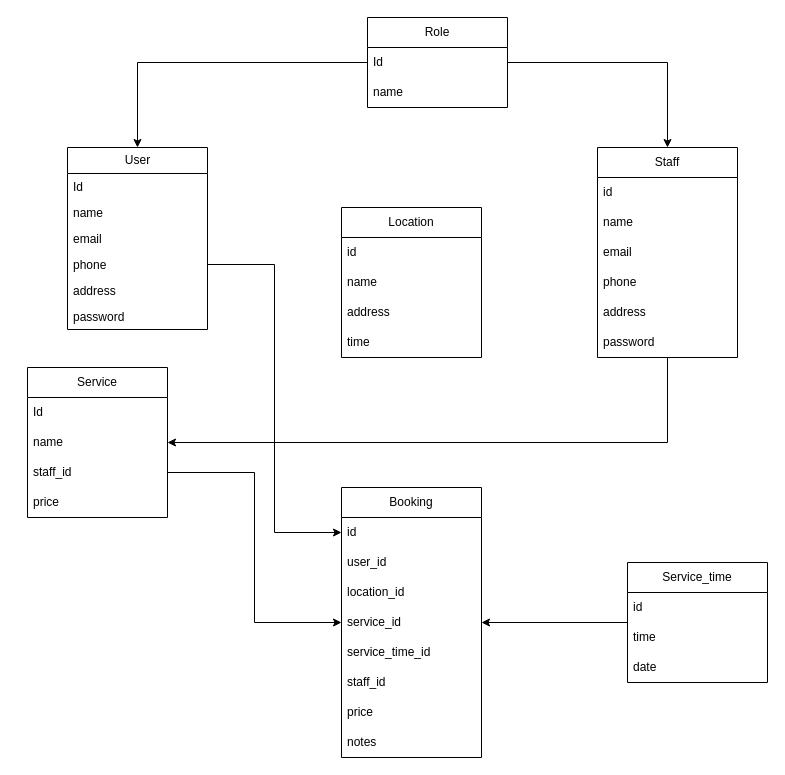
The draw.io diagram bookingonline.drawio in TanNguyen01/BookingOnline, before the edit. Source tidied: cells renumbered, new cells numbered last; positions are measured from the earlier drawing's top-left corner, leaving out a move shared by most shapes. Both pictures are drawn from the tidied source at 100%, with x=0, y=0 at pixel (27, 17).
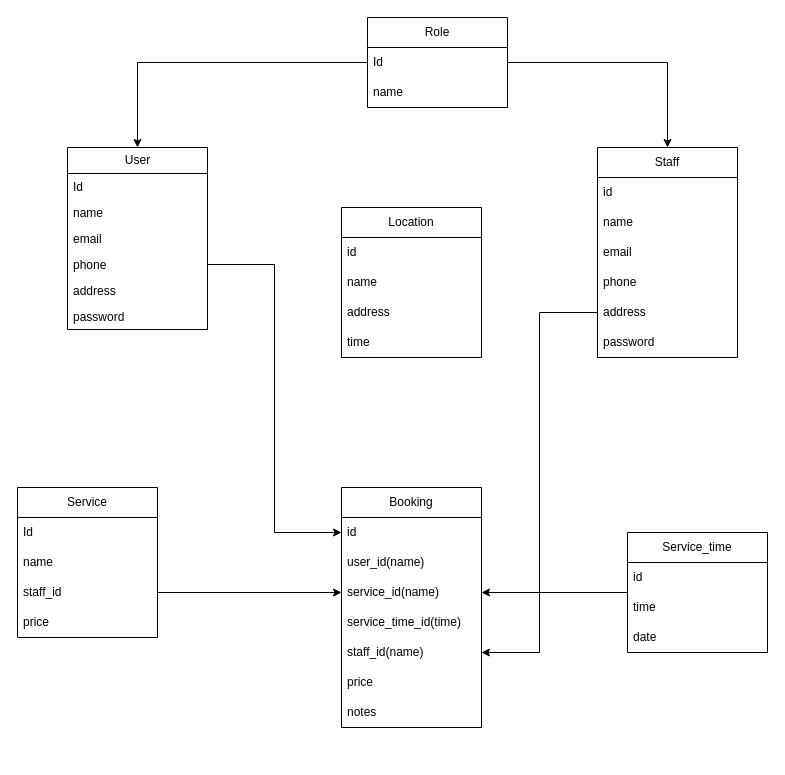
After the change.

Unchanged cells that the change refers to:
```xml
<mxCell id="10" value="Staff" style="swimlane;fontStyle=0;horizontal=1;startSize=30;whiteSpace=wrap;html=1;" parent="1" vertex="1">
  <mxGeometry x="570" y="130" width="140" height="210" as="geometry" />
</mxCell>
<mxCell id="15" value="address" style="text;strokeColor=none;fillColor=none;align=left;verticalAlign=middle;spacingLeft=4;spacingRight=4;overflow=hidden;points=[[0,0.5],[1,0.5]];portConstraint=eastwest;whiteSpace=wrap;html=1;" parent="10" vertex="1">
  <mxGeometry y="150" width="140" height="30" as="geometry" />
</mxCell>
<mxCell id="29" value="name" style="text;strokeColor=none;fillColor=none;align=left;verticalAlign=middle;spacingLeft=4;spacingRight=4;overflow=hidden;points=[[0,0.5],[1,0.5]];portConstraint=eastwest;whiteSpace=wrap;html=1;" parent="27" vertex="1">
  <mxGeometry y="60" width="140" height="30" as="geometry" />
</mxCell>
```

What changed in the source:
```diff
@@
-    <mxCell id="9" style="edgeStyle=orthogonalEdgeStyle;rounded=0;jettySize=auto;html=1;entryX=1;entryY=0.5;entryDx=0;entryDy=0;" parent="1" edge="1" source="10" target="29">
-      <mxGeometry relative="1" as="geometry" />
-    </mxCell>
@@
     <mxCell id="27" value="Service" style="swimlane;fontStyle=0;horizontal=1;startSize=30;whiteSpace=wrap;html=1;" parent="1" vertex="1">
-      <mxGeometry y="350" width="140" height="150" as="geometry" />
+      <mxGeometry x="-10" y="470" width="140" height="150" as="geometry" />
     </mxCell>
@@
     <mxCell id="33" value="Service_time" style="swimlane;fontStyle=0;horizontal=1;startSize=30;whiteSpace=wrap;html=1;" parent="1" vertex="1">
-      <mxGeometry x="600" y="545" width="140" height="120" as="geometry" />
+      <mxGeometry x="600" y="515" width="140" height="120" as="geometry" />
     </mxCell>
@@
     <mxCell id="37" value="Booking" style="swimlane;fontStyle=0;horizontal=1;startSize=30;whiteSpace=wrap;html=1;" parent="1" vertex="1">
-      <mxGeometry x="314" y="470" width="140" height="270" as="geometry" />
+      <mxGeometry x="314" y="470" width="140" height="240" as="geometry" />
     </mxCell>
@@
-    <mxCell id="39" value="user_id" style="text;strokeColor=none;fillColor=none;align=left;verticalAlign=middle;spacingLeft=4;spacingRight=4;overflow=hidden;whiteSpace=wrap;html=1;" parent="37" vertex="1">
+    <mxCell id="39" value="user_id(name)" style="text;strokeColor=none;fillColor=none;align=left;verticalAlign=middle;spacingLeft=4;spacingRight=4;overflow=hidden;whiteSpace=wrap;html=1;" parent="37" vertex="1">
       <mxGeometry y="60" width="140" height="30" as="geometry" />
     </mxCell>
-    <mxCell id="40" value="location_id" style="text;strokeColor=none;fillColor=none;align=left;verticalAlign=middle;spacingLeft=4;spacingRight=4;overflow=hidden;whiteSpace=wrap;html=1;" parent="37" vertex="1">
-      <mxGeometry y="90" width="140" height="30" as="geometry" />
-    </mxCell>
-    <mxCell id="41" value="service_id" style="text;strokeColor=none;fillColor=none;align=left;verticalAlign=middle;spacingLeft=4;spacingRight=4;overflow=hidden;points=[[0,0.5],[1,0.5]];portConstraint=eastwest;whiteSpace=wrap;html=1;" parent="37" vertex="1">
-      <mxGeometry y="120" width="140" height="30" as="geometry" />
+    <mxCell id="41" value="service_id(name)" style="text;strokeColor=none;fillColor=none;align=left;verticalAlign=middle;spacingLeft=4;spacingRight=4;overflow=hidden;points=[[0,0.5],[1,0.5]];portConstraint=eastwest;whiteSpace=wrap;html=1;" parent="37" vertex="1">
+      <mxGeometry y="90" width="140" height="30" as="geometry" />
     </mxCell>
-    <mxCell id="42" value="service_time_id" style="text;strokeColor=none;fillColor=none;align=left;verticalAlign=middle;spacingLeft=4;spacingRight=4;overflow=hidden;whiteSpace=wrap;html=1;" parent="37" vertex="1">
-      <mxGeometry y="150" width="140" height="30" as="geometry" />
+    <mxCell id="42" value="service_time_id(time)&amp;nbsp;" style="text;strokeColor=none;fillColor=none;align=left;verticalAlign=middle;spacingLeft=4;spacingRight=4;overflow=hidden;whiteSpace=wrap;html=1;" parent="37" vertex="1">
+      <mxGeometry y="120" width="140" height="30" as="geometry" />
     </mxCell>
-    <mxCell id="43" value="staff_id" style="text;strokeColor=none;fillColor=none;align=left;verticalAlign=middle;spacingLeft=4;spacingRight=4;overflow=hidden;points=[[0,0.5],[1,0.5]];portConstraint=eastwest;whiteSpace=wrap;html=1;" parent="37" vertex="1">
-      <mxGeometry y="180" width="140" height="30" as="geometry" />
+    <mxCell id="43" value="staff_id(name)" style="text;strokeColor=none;fillColor=none;align=left;verticalAlign=middle;spacingLeft=4;spacingRight=4;overflow=hidden;points=[[0,0.5],[1,0.5]];portConstraint=eastwest;whiteSpace=wrap;html=1;" parent="37" vertex="1">
+      <mxGeometry y="150" width="140" height="30" as="geometry" />
     </mxCell>
     <mxCell id="44" value="price" style="text;strokeColor=none;fillColor=none;align=left;verticalAlign=middle;spacingLeft=4;spacingRight=4;overflow=hidden;whiteSpace=wrap;html=1;" parent="37" vertex="1">
-      <mxGeometry y="210" width="140" height="30" as="geometry" />
+      <mxGeometry y="180" width="140" height="30" as="geometry" />
     </mxCell>
     <mxCell id="45" value="notes" style="text;strokeColor=none;fillColor=none;align=left;verticalAlign=middle;spacingLeft=4;spacingRight=4;overflow=hidden;whiteSpace=wrap;html=1;" parent="37" vertex="1">
-      <mxGeometry y="240" width="140" height="30" as="geometry" />
+      <mxGeometry y="210" width="140" height="30" as="geometry" />
     </mxCell>
@@
+    <mxCell id="48" style="edgeStyle=orthogonalEdgeStyle;rounded=0;jettySize=auto;html=1;exitX=0;exitY=0.5;exitDx=0;exitDy=0;entryX=1;entryY=0.5;entryDx=0;entryDy=0;" parent="1" edge="1" source="15" target="43">
+      <mxGeometry relative="1" as="geometry" />
+    </mxCell>
```
